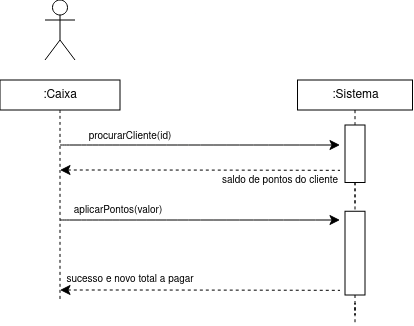
This is Documentation/Iteration01/diagramas/uc10.png from compaqle/fsoft2026_1DB_3, a draw.io export, as it was before one commit. Source tidied: cells renumbered, new cells last; positions are measured from the earlier drawing's top-left corner, leaving out a move shared by most shapes. Its diagram source:
```xml
<mxGraphModel>
  <root>
    <mxCell id="0" />
    <mxCell id="1" parent="0" />
    <mxCell id="2" style="edgeStyle=none;curved=1;rounded=0;orthogonalLoop=1;jettySize=auto;html=1;fontSize=12;startSize=8;endSize=8;" parent="1" edge="1">
      <mxGeometry relative="1" as="geometry">
        <mxPoint x="60" y="145" as="sourcePoint" />
        <mxPoint x="340" y="145" as="targetPoint" />
      </mxGeometry>
    </mxCell>
    <mxCell id="3" value="&lt;font style=&quot;font-size: 10px;&quot;&gt;procurarCliente(id)&lt;/font&gt;" style="text;html=1;whiteSpace=wrap;strokeColor=none;fillColor=none;align=center;verticalAlign=middle;rounded=0;fontSize=16;" parent="1" vertex="1">
      <mxGeometry x="50" y="120" width="160" height="30" as="geometry" />
    </mxCell>
    <mxCell id="4" style="edgeStyle=none;curved=1;rounded=0;orthogonalLoop=1;jettySize=auto;html=1;fontSize=12;startSize=8;endSize=8;startArrow=classic;startFill=1;endArrow=none;endFill=0;dashed=1;" parent="1" edge="1">
      <mxGeometry relative="1" as="geometry">
        <mxPoint x="60" y="170" as="sourcePoint" />
        <mxPoint x="340" y="170.3" as="targetPoint" />
        <Array as="points">
          <mxPoint x="200" y="170" />
        </Array>
      </mxGeometry>
    </mxCell>
    <mxCell id="5" style="edgeStyle=none;curved=1;rounded=0;jettySize=auto;html=1;entryX=0.5;entryY=1;entryDx=0;entryDy=0;fontSize=12;startSize=8;endSize=8;endArrow=none;endFill=0;dashed=1;" parent="1" edge="1" source="7">
      <mxGeometry relative="1" as="geometry">
        <mxPoint x="355" y="110" as="targetPoint" />
      </mxGeometry>
    </mxCell>
    <mxCell id="6" style="edgeStyle=none;curved=1;rounded=0;jettySize=auto;html=1;exitX=1;exitY=0.5;exitDx=0;exitDy=0;entryX=0;entryY=0.5;entryDx=0;entryDy=0;fontSize=12;startSize=8;endSize=8;dashed=1;endArrow=none;endFill=0;" parent="1" edge="1" source="7">
      <mxGeometry relative="1" as="geometry">
        <mxPoint x="355" y="205" as="targetPoint" />
      </mxGeometry>
    </mxCell>
    <mxCell id="7" style="rounded=0;whiteSpace=wrap;html=1;rotation=90;" parent="1" vertex="1">
      <mxGeometry x="326.2" y="143.8" width="57.5" height="20" as="geometry" />
    </mxCell>
    <mxCell id="8" style="edgeStyle=none;orthogonalLoop=1;jettySize=auto;html=1;rounded=0;fontSize=12;startSize=8;endSize=8;curved=1;endArrow=none;endFill=0;dashed=1;" parent="1" edge="1">
      <mxGeometry relative="1" as="geometry">
        <mxPoint x="60" y="110" as="sourcePoint" />
        <mxPoint x="60" y="300" as="targetPoint" />
      </mxGeometry>
    </mxCell>
    <mxCell id="9" style="shape=umlActor;verticalLabelPosition=bottom;verticalAlign=top;html=1;" parent="1" vertex="1">
      <mxGeometry x="45" width="30" height="60" as="geometry" />
    </mxCell>
    <mxCell id="10" value="&lt;font style=&quot;font-size: 10px;&quot;&gt;saldo de pontos do cliente&lt;/font&gt;" style="text;html=1;whiteSpace=wrap;strokeColor=none;fillColor=none;align=center;verticalAlign=middle;rounded=0;fontSize=16;" parent="1" vertex="1">
      <mxGeometry x="220" y="163.8" width="120" height="30" as="geometry" />
    </mxCell>
    <mxCell id="11" style="edgeStyle=none;jettySize=auto;html=1;rounded=0;fontSize=12;startSize=8;endSize=8;curved=1;endArrow=none;endFill=0;dashed=1;exitX=1;exitY=0.5;exitDx=0;exitDy=0;" parent="1" edge="1" source="7">
      <mxGeometry relative="1" as="geometry">
        <mxPoint x="355" y="210" as="targetPoint" />
      </mxGeometry>
    </mxCell>
    <mxCell id="12" value="&lt;font style=&quot;font-size: 10px;&quot;&gt;aplicarPontos(valor)&lt;/font&gt;" style="text;html=1;whiteSpace=wrap;strokeColor=none;fillColor=none;align=center;verticalAlign=middle;rounded=0;fontSize=16;" parent="1" vertex="1">
      <mxGeometry x="68.1" y="193.8" width="100" height="30" as="geometry" />
    </mxCell>
    <mxCell id="13" style="edgeStyle=orthogonalEdgeStyle;rounded=0;jettySize=auto;html=1;exitX=1;exitY=0.5;exitDx=0;exitDy=0;dashed=1;endArrow=none;endFill=0;" parent="1" edge="1" source="16">
      <mxGeometry relative="1" as="geometry">
        <mxPoint x="355.1" y="291.2" as="targetPoint" />
      </mxGeometry>
    </mxCell>
    <mxCell id="14" style="edgeStyle=orthogonalEdgeStyle;rounded=0;jettySize=auto;html=1;exitX=1;exitY=0.5;exitDx=0;exitDy=0;" parent="1" edge="1" source="16">
      <mxGeometry relative="1" as="geometry">
        <mxPoint x="355.3" y="269" as="targetPoint" />
      </mxGeometry>
    </mxCell>
    <mxCell id="15" style="edgeStyle=orthogonalEdgeStyle;rounded=0;jettySize=auto;html=1;dashed=1;endArrow=none;endFill=0;" parent="1" edge="1" source="16">
      <mxGeometry relative="1" as="geometry">
        <mxPoint x="355" y="323.1" as="targetPoint" />
      </mxGeometry>
    </mxCell>
    <mxCell id="16" style="rounded=0;whiteSpace=wrap;html=1;rotation=90;" parent="1" vertex="1">
      <mxGeometry x="313.1" y="243.1" width="83.8" height="20" as="geometry" />
    </mxCell>
    <mxCell id="17" style="edgeStyle=none;curved=1;rounded=0;orthogonalLoop=1;jettySize=auto;html=1;fontSize=12;startSize=8;endSize=8;" parent="1" edge="1">
      <mxGeometry relative="1" as="geometry">
        <mxPoint x="60" y="220" as="sourcePoint" />
        <mxPoint x="340" y="220" as="targetPoint" />
      </mxGeometry>
    </mxCell>
    <mxCell id="18" style="edgeStyle=none;curved=1;rounded=0;orthogonalLoop=1;jettySize=auto;html=1;fontSize=12;startSize=8;endSize=8;startArrow=classic;startFill=1;endArrow=none;endFill=0;dashed=1;" parent="1" edge="1">
      <mxGeometry relative="1" as="geometry">
        <mxPoint x="60" y="290" as="sourcePoint" />
        <mxPoint x="340" y="290.3" as="targetPoint" />
        <Array as="points">
          <mxPoint x="200" y="290" />
        </Array>
      </mxGeometry>
    </mxCell>
    <mxCell id="19" value="&lt;font style=&quot;font-size: 10px;&quot;&gt;sucesso e novo total a pagar&lt;/font&gt;" style="text;html=1;whiteSpace=wrap;strokeColor=none;fillColor=none;align=center;verticalAlign=middle;rounded=0;fontSize=16;" parent="1" vertex="1">
      <mxGeometry x="65" y="263.1" width="130" height="30" as="geometry" />
    </mxCell>
    <mxCell id="20" value=":Sistema" style="rounded=0;whiteSpace=wrap;html=1;" parent="1" vertex="1">
      <mxGeometry x="297.5" y="80" width="115" height="30" as="geometry" />
    </mxCell>
    <mxCell id="21" value=":Caixa" style="rounded=0;whiteSpace=wrap;html=1;" parent="1" vertex="1">
      <mxGeometry y="80" width="120" height="30" as="geometry" />
    </mxCell>
  </root>
</mxGraphModel>
```
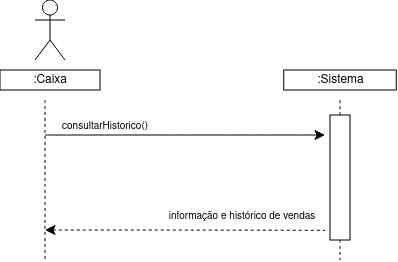
The same diagram one commit later.

The edit, as a diff of the source:
```diff
@@ -8,18 +8,21 @@
         <mxPoint x="340" y="145" as="targetPoint" />
       </mxGeometry>
     </mxCell>
-    <mxCell id="3" value="&lt;font style=&quot;font-size: 10px;&quot;&gt;procurarCliente(id)&lt;/font&gt;" style="text;html=1;whiteSpace=wrap;strokeColor=none;fillColor=none;align=center;verticalAlign=middle;rounded=0;fontSize=16;" parent="1" vertex="1">
-      <mxGeometry x="50" y="120" width="160" height="30" as="geometry" />
+    <mxCell id="3" value="&lt;font style=&quot;font-size: 10px;&quot;&gt;consultarHistorico()&lt;/font&gt;" style="text;html=1;whiteSpace=wrap;strokeColor=none;fillColor=none;align=center;verticalAlign=middle;rounded=0;fontSize=16;" parent="1" vertex="1">
+      <mxGeometry x="40" y="120" width="160" height="30" as="geometry" />
     </mxCell>
     <mxCell id="4" style="edgeStyle=none;curved=1;rounded=0;orthogonalLoop=1;jettySize=auto;html=1;fontSize=12;startSize=8;endSize=8;startArrow=classic;startFill=1;endArrow=none;endFill=0;dashed=1;" parent="1" edge="1">
       <mxGeometry relative="1" as="geometry">
-        <mxPoint x="60" y="170" as="sourcePoint" />
-        <mxPoint x="340" y="170.3" as="targetPoint" />
+        <mxPoint x="60" y="240" as="sourcePoint" />
+        <mxPoint x="340" y="240.3" as="targetPoint" />
         <Array as="points">
-          <mxPoint x="200" y="170" />
+          <mxPoint x="200" y="240" />
         </Array>
       </mxGeometry>
     </mxCell>
+    <mxCell id="22" value="&lt;font style=&quot;font-size: 10px;&quot;&gt;informação e histórico de vendas&lt;/font&gt;" style="text;html=1;whiteSpace=wrap;strokeColor=none;fillColor=none;align=center;verticalAlign=middle;rounded=0;fontSize=16;" parent="1" vertex="1">
+      <mxGeometry x="180" y="210" width="153.8" height="30" as="geometry" />
+    </mxCell>
     <mxCell id="5" style="edgeStyle=none;curved=1;rounded=0;jettySize=auto;html=1;entryX=0.5;entryY=1;entryDx=0;entryDy=0;fontSize=12;startSize=8;endSize=8;endArrow=none;endFill=0;dashed=1;" parent="1" edge="1" source="7">
       <mxGeometry relative="1" as="geometry">
         <mxPoint x="355" y="110" as="targetPoint" />
@@ -31,69 +34,27 @@
       </mxGeometry>
     </mxCell>
     <mxCell id="7" style="rounded=0;whiteSpace=wrap;html=1;rotation=90;" parent="1" vertex="1">
-      <mxGeometry x="326.2" y="143.8" width="57.5" height="20" as="geometry" />
+      <mxGeometry x="292.5" y="177.5" width="125" height="20" as="geometry" />
     </mxCell>
     <mxCell id="8" style="edgeStyle=none;orthogonalLoop=1;jettySize=auto;html=1;rounded=0;fontSize=12;startSize=8;endSize=8;curved=1;endArrow=none;endFill=0;dashed=1;" parent="1" edge="1">
       <mxGeometry relative="1" as="geometry">
         <mxPoint x="60" y="110" as="sourcePoint" />
-        <mxPoint x="60" y="300" as="targetPoint" />
+        <mxPoint x="60" y="270" as="targetPoint" />
       </mxGeometry>
     </mxCell>
     <mxCell id="9" style="shape=umlActor;verticalLabelPosition=bottom;verticalAlign=top;html=1;" parent="1" vertex="1">
-      <mxGeometry x="45" width="30" height="60" as="geometry" />
+      <mxGeometry x="50" y="10" width="30" height="60" as="geometry" />
     </mxCell>
-    <mxCell id="10" value="&lt;font style=&quot;font-size: 10px;&quot;&gt;saldo de pontos do cliente&lt;/font&gt;" style="text;html=1;whiteSpace=wrap;strokeColor=none;fillColor=none;align=center;verticalAlign=middle;rounded=0;fontSize=16;" parent="1" vertex="1">
-      <mxGeometry x="220" y="163.8" width="120" height="30" as="geometry" />
-    </mxCell>
     <mxCell id="11" style="edgeStyle=none;jettySize=auto;html=1;rounded=0;fontSize=12;startSize=8;endSize=8;curved=1;endArrow=none;endFill=0;dashed=1;exitX=1;exitY=0.5;exitDx=0;exitDy=0;" parent="1" edge="1" source="7">
       <mxGeometry relative="1" as="geometry">
-        <mxPoint x="355" y="210" as="targetPoint" />
+        <mxPoint x="355" y="270" as="targetPoint" />
       </mxGeometry>
     </mxCell>
-    <mxCell id="12" value="&lt;font style=&quot;font-size: 10px;&quot;&gt;aplicarPontos(valor)&lt;/font&gt;" style="text;html=1;whiteSpace=wrap;strokeColor=none;fillColor=none;align=center;verticalAlign=middle;rounded=0;fontSize=16;" parent="1" vertex="1">
-      <mxGeometry x="68.1" y="193.8" width="100" height="30" as="geometry" />
-    </mxCell>
-    <mxCell id="13" style="edgeStyle=orthogonalEdgeStyle;rounded=0;jettySize=auto;html=1;exitX=1;exitY=0.5;exitDx=0;exitDy=0;dashed=1;endArrow=none;endFill=0;" parent="1" edge="1" source="16">
-      <mxGeometry relative="1" as="geometry">
-        <mxPoint x="355.1" y="291.2" as="targetPoint" />
-      </mxGeometry>
-    </mxCell>
-    <mxCell id="14" style="edgeStyle=orthogonalEdgeStyle;rounded=0;jettySize=auto;html=1;exitX=1;exitY=0.5;exitDx=0;exitDy=0;" parent="1" edge="1" source="16">
-      <mxGeometry relative="1" as="geometry">
-        <mxPoint x="355.3" y="269" as="targetPoint" />
-      </mxGeometry>
-    </mxCell>
-    <mxCell id="15" style="edgeStyle=orthogonalEdgeStyle;rounded=0;jettySize=auto;html=1;dashed=1;endArrow=none;endFill=0;" parent="1" edge="1" source="16">
-      <mxGeometry relative="1" as="geometry">
-        <mxPoint x="355" y="323.1" as="targetPoint" />
-      </mxGeometry>
-    </mxCell>
-    <mxCell id="16" style="rounded=0;whiteSpace=wrap;html=1;rotation=90;" parent="1" vertex="1">
-      <mxGeometry x="313.1" y="243.1" width="83.8" height="20" as="geometry" />
-    </mxCell>
-    <mxCell id="17" style="edgeStyle=none;curved=1;rounded=0;orthogonalLoop=1;jettySize=auto;html=1;fontSize=12;startSize=8;endSize=8;" parent="1" edge="1">
-      <mxGeometry relative="1" as="geometry">
-        <mxPoint x="60" y="220" as="sourcePoint" />
-        <mxPoint x="340" y="220" as="targetPoint" />
-      </mxGeometry>
-    </mxCell>
-    <mxCell id="18" style="edgeStyle=none;curved=1;rounded=0;orthogonalLoop=1;jettySize=auto;html=1;fontSize=12;startSize=8;endSize=8;startArrow=classic;startFill=1;endArrow=none;endFill=0;dashed=1;" parent="1" edge="1">
-      <mxGeometry relative="1" as="geometry">
-        <mxPoint x="60" y="290" as="sourcePoint" />
-        <mxPoint x="340" y="290.3" as="targetPoint" />
-        <Array as="points">
-          <mxPoint x="200" y="290" />
-        </Array>
-      </mxGeometry>
-    </mxCell>
-    <mxCell id="19" value="&lt;font style=&quot;font-size: 10px;&quot;&gt;sucesso e novo total a pagar&lt;/font&gt;" style="text;html=1;whiteSpace=wrap;strokeColor=none;fillColor=none;align=center;verticalAlign=middle;rounded=0;fontSize=16;" parent="1" vertex="1">
-      <mxGeometry x="65" y="263.1" width="130" height="30" as="geometry" />
-    </mxCell>
     <mxCell id="20" value=":Sistema" style="rounded=0;whiteSpace=wrap;html=1;" parent="1" vertex="1">
-      <mxGeometry x="297.5" y="80" width="115" height="30" as="geometry" />
+      <mxGeometry x="298.8" y="80" width="112.5" height="20" as="geometry" />
     </mxCell>
     <mxCell id="21" value=":Caixa" style="rounded=0;whiteSpace=wrap;html=1;" parent="1" vertex="1">
-      <mxGeometry y="80" width="120" height="30" as="geometry" />
+      <mxGeometry x="15" y="80" width="100" height="20" as="geometry" />
     </mxCell>
   </root>
 </mxGraphModel>
```
